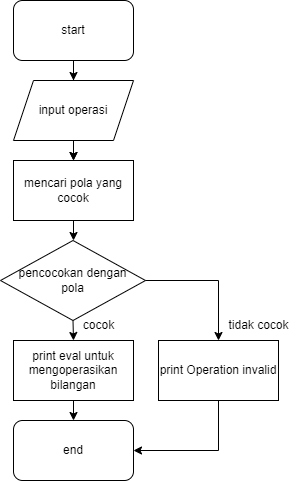
kelvinleonardos/PP22 keeps this draw.io diagram as week 11/no1.drawio.png. Above is the earlier version. Source tidied: cells renumbered, new cells last; positions are measured from the earlier drawing's top-left corner, leaving out a move shared by most shapes.
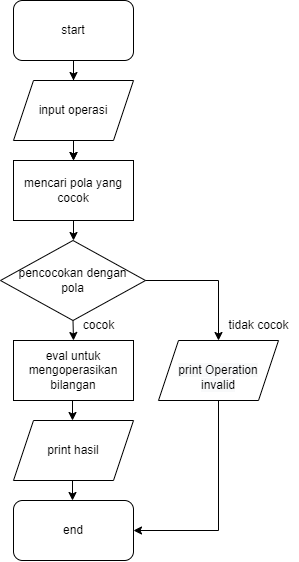
The same file after the commit.

Diff of the diagram source:
```diff
@@ -9,7 +9,7 @@
       <mxGeometry x="13" width="120" height="60" as="geometry" />
     </mxCell>
     <mxCell id="4" value="end" style="rounded=1;whiteSpace=wrap;html=1;" parent="1" vertex="1">
-      <mxGeometry x="13" y="420" width="120" height="60" as="geometry" />
+      <mxGeometry x="13" y="500" width="120" height="60" as="geometry" />
     </mxCell>
     <mxCell id="5" value="input operasi" style="shape=parallelogram;perimeter=parallelogramPerimeter;whiteSpace=wrap;html=1;fixedSize=1;" parent="1" vertex="1">
       <mxGeometry x="13" y="80" width="120" height="60" as="geometry" />
@@ -20,12 +20,9 @@
     <mxCell id="7" value="pencocokan dengan&lt;br&gt;pola" style="rhombus;whiteSpace=wrap;html=1;" parent="1" vertex="1">
       <mxGeometry y="240" width="145" height="80" as="geometry" />
     </mxCell>
-    <mxCell id="8" value="print eval untuk mengoperasikan bilangan" style="rounded=0;whiteSpace=wrap;html=1;" parent="1" vertex="1">
+    <mxCell id="8" value="eval untuk mengoperasikan bilangan" style="rounded=0;whiteSpace=wrap;html=1;" parent="1" vertex="1">
       <mxGeometry x="13" y="340" width="120" height="60" as="geometry" />
     </mxCell>
-    <mxCell id="9" value="print Operation invalid" style="rounded=0;whiteSpace=wrap;html=1;" parent="1" vertex="1">
-      <mxGeometry x="158" y="340" width="120" height="60" as="geometry" />
-    </mxCell>
     <mxCell id="10" style="endArrow=classic;html=1;rounded=0;exitX=0.5;exitY=1;exitDx=0;exitDy=0;" parent="1" edge="1" source="3" target="5">
       <mxGeometry relative="1" as="geometry" />
     </mxCell>
@@ -43,8 +40,9 @@
     <mxCell id="14" value="cocok" style="text;html=1;align=center;verticalAlign=middle;fillColor=none;strokeColor=none;rounded=0;" parent="1" vertex="1">
       <mxGeometry x="73" y="310" width="50" height="30" as="geometry" />
     </mxCell>
-    <mxCell id="15" style="endArrow=classic;html=1;rounded=0;exitX=1;exitY=0.5;exitDx=0;exitDy=0;entryX=0.5;entryY=0;entryDx=0;entryDy=0;" parent="1" edge="1" source="7" target="9">
+    <mxCell id="15" style="endArrow=classic;html=1;rounded=0;exitX=1;exitY=0.5;exitDx=0;exitDy=0;entryX=0.5;entryY=0;entryDx=0;entryDy=0;" parent="1" edge="1" source="7">
       <mxGeometry relative="1" as="geometry">
+        <mxPoint x="218" y="340" as="targetPoint" />
         <Array as="points">
           <mxPoint x="218" y="280" />
         </Array>
@@ -53,15 +51,31 @@
     <mxCell id="16" value="tidak cocok" style="text;html=1;align=center;verticalAlign=middle;fillColor=none;strokeColor=none;rounded=0;" parent="1" vertex="1">
       <mxGeometry x="218" y="310" width="80" height="30" as="geometry" />
     </mxCell>
-    <mxCell id="17" style="endArrow=classic;html=1;rounded=0;exitX=0.5;exitY=1;exitDx=0;exitDy=0;entryX=0.5;entryY=0;entryDx=0;entryDy=0;" parent="1" edge="1" source="8" target="4">
-      <mxGeometry relative="1" as="geometry" />
-    </mxCell>
-    <mxCell id="18" style="endArrow=classic;html=1;rounded=0;exitX=0.5;exitY=1;exitDx=0;exitDy=0;entryX=1;entryY=0.5;entryDx=0;entryDy=0;" parent="1" edge="1" source="9" target="4">
+    <mxCell id="18" style="endArrow=classic;html=1;rounded=0;exitX=0.5;exitY=1;exitDx=0;exitDy=0;entryX=1;entryY=0.5;entryDx=0;entryDy=0;" parent="1" edge="1" target="4">
       <mxGeometry relative="1" as="geometry">
+        <mxPoint x="218" y="400" as="sourcePoint" />
         <Array as="points">
-          <mxPoint x="218" y="450" />
+          <mxPoint x="218" y="530" />
         </Array>
       </mxGeometry>
     </mxCell>
+    <mxCell id="9" value="&lt;br&gt;&lt;span style=&quot;color: rgb(0, 0, 0); font-family: Helvetica; font-size: 12px; font-style: normal; font-variant-ligatures: normal; font-variant-caps: normal; font-weight: 400; letter-spacing: normal; orphans: 2; text-align: center; text-indent: 0px; text-transform: none; widows: 2; word-spacing: 0px; -webkit-text-stroke-width: 0px; background-color: rgb(248, 249, 250); text-decoration-thickness: initial; text-decoration-style: initial; text-decoration-color: initial; float: none; display: inline !important;&quot;&gt;print Operation&lt;br&gt;invalid&lt;/span&gt;&lt;br&gt;" style="shape=parallelogram;perimeter=parallelogramPerimeter;whiteSpace=wrap;html=1;fixedSize=1;" parent="1" vertex="1">
+      <mxGeometry x="158" y="340" width="120" height="60" as="geometry" />
+    </mxCell>
+    <mxCell id="19" value="print hasil" style="shape=parallelogram;perimeter=parallelogramPerimeter;whiteSpace=wrap;html=1;fixedSize=1;" parent="1" vertex="1">
+      <mxGeometry x="13" y="420" width="120" height="60" as="geometry" />
+    </mxCell>
+    <mxCell id="20" style="endArrow=classic;html=1;rounded=0;exitX=0.5;exitY=1;exitDx=0;exitDy=0;" parent="1" edge="1">
+      <mxGeometry relative="1" as="geometry">
+        <mxPoint x="72" y="400" as="sourcePoint" />
+        <mxPoint x="72" y="420" as="targetPoint" />
+      </mxGeometry>
+    </mxCell>
+    <mxCell id="21" style="endArrow=classic;html=1;rounded=0;exitX=0.5;exitY=1;exitDx=0;exitDy=0;" parent="1" edge="1">
+      <mxGeometry relative="1" as="geometry">
+        <mxPoint x="72" y="480" as="sourcePoint" />
+        <mxPoint x="72" y="500" as="targetPoint" />
+      </mxGeometry>
+    </mxCell>
   </root>
 </mxGraphModel>
```
